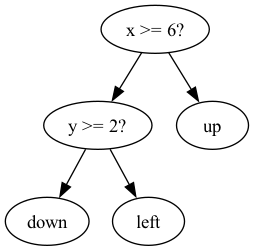
Before: pictures/tree.png, a diagram exported from Graphviz (linusheck/molehill). Its source is kept beside it as pictures/tree.dot.
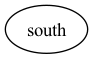
Above is the later version.

What changed in the source:
```diff
@@ -1,11 +1,3 @@
 digraph tree {
-    "0x0" [label="x >= 6?"];
-    "0x1" [label="y >= 2?"];
-    "0x2" [label="down"];
-    "0x3" [label="left"];
-    "0x4" [label="up"];
-    "0x0" -> "0x1";
-    "0x0" -> "0x4";
-    "0x1" -> "0x2";
-    "0x1" -> "0x3";
+    "0x0" [label="south"];
 }
```
